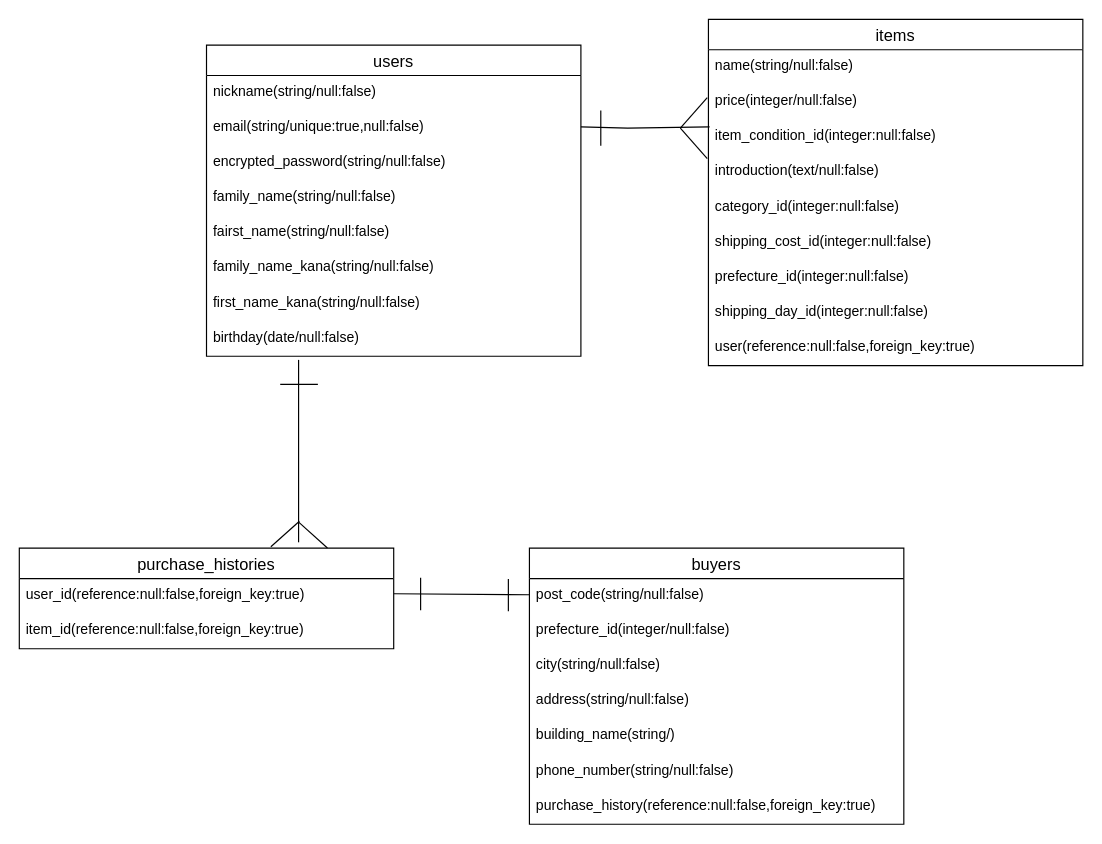
This is test.dio from koutaki/furima-38950, a draw.io file, before an edit. Source tidied: cells renumbered, new cells numbered last; positions are measured from the earlier drawing's top-left corner, leaving out a move shared by most shapes. Both pictures are drawn from the tidied source at 117%, with x=0, y=0 at pixel (19, 19).
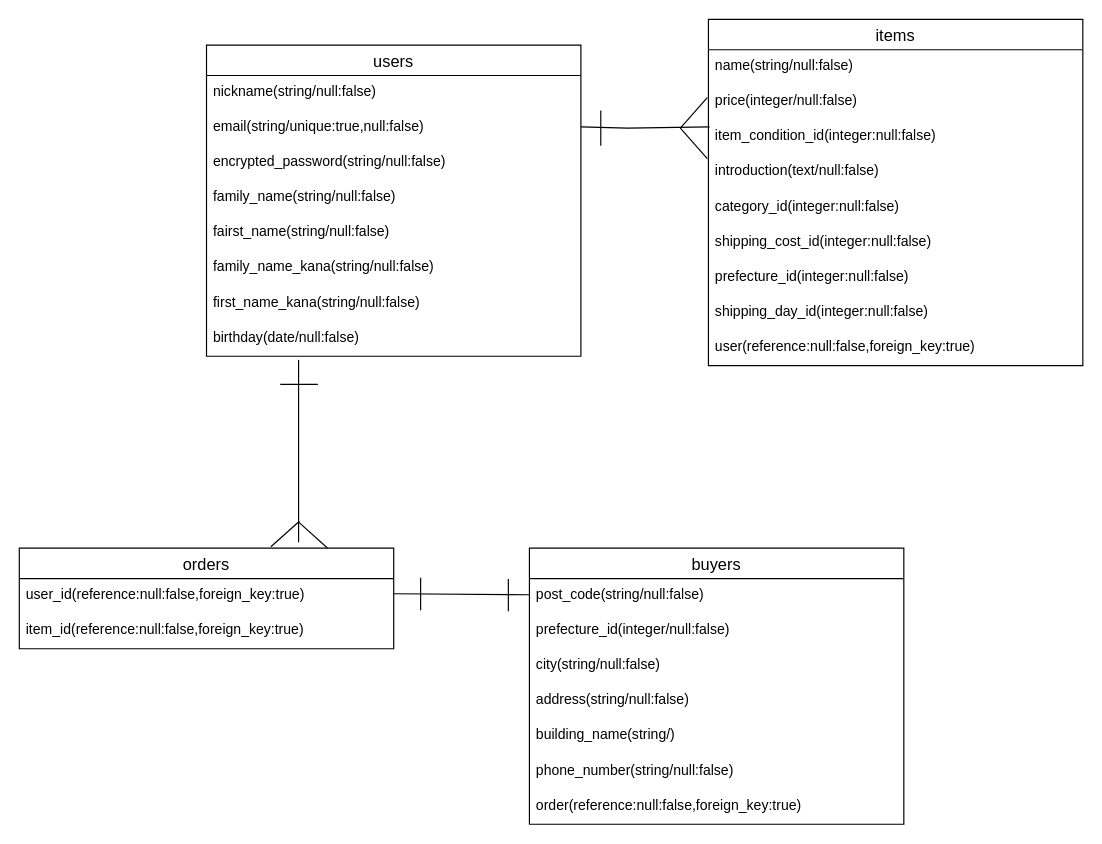
The same page after the edit.

Unchanged cells that the change refers to:
```xml
<mxCell id="21" value="buyers" style="swimlane;fontStyle=0;horizontal=1;startSize=26;align=center;fontSize=14;swimlaneFillColor=default;" parent="1" vertex="1">
  <mxGeometry x="436" y="452" width="320" height="236" as="geometry" />
</mxCell>
```

The edit, as a diff of the source:
```diff
@@
-    <mxCell id="28" value="purchase_history(reference:null:false,foreign_key:true)" style="text;strokeColor=none;fillColor=none;spacingLeft=4;spacingRight=4;overflow=hidden;fontSize=12;" parent="21" vertex="1">
+    <mxCell id="28" value="order(reference:null:false,foreign_key:true)" style="text;strokeColor=none;fillColor=none;spacingLeft=4;spacingRight=4;overflow=hidden;fontSize=12;" parent="21" vertex="1">
       <mxGeometry y="206" width="320" height="30" as="geometry" />
     </mxCell>
@@
-    <mxCell id="35" value="purchase_histories" style="swimlane;fontStyle=0;horizontal=1;startSize=26;align=center;fontSize=14;swimlaneFillColor=default;" parent="1" vertex="1">
+    <mxCell id="35" value="orders" style="swimlane;fontStyle=0;horizontal=1;startSize=26;align=center;fontSize=14;swimlaneFillColor=default;" parent="1" vertex="1">
       <mxGeometry y="452" width="320" height="86" as="geometry" />
     </mxCell>
```
